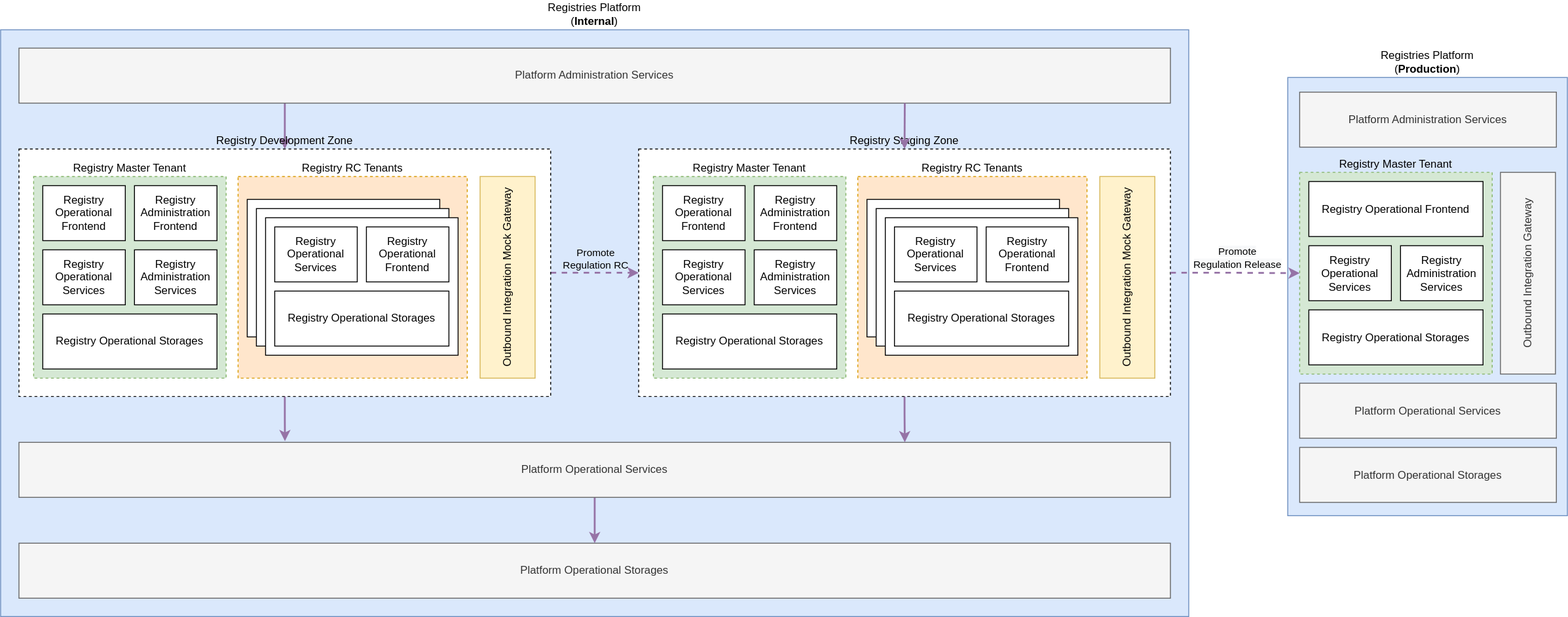
This is modules/tech/images/lowcode/admin-portal/general/separate-registry-platforms-deployment.svg from epam/edp-ddm-architecture, a draw.io export, as it was before one commit. Source tidied: cells renumbered, new cells last; positions are measured from the earlier drawing's top-left corner, leaving out a move shared by most shapes. Source of this version:
```xml
<mxGraphModel>
  <root>
    <mxCell id="0" />
    <mxCell id="1" parent="0" />
    <mxCell id="2" value="Registries Platform&lt;br&gt;(&lt;b&gt;Internal&lt;/b&gt;)" style="rounded=0;whiteSpace=wrap;html=1;verticalAlign=bottom;labelPosition=center;verticalLabelPosition=top;align=center;fillColor=#dae8fc;strokeColor=#6c8ebf;" parent="1" vertex="1">
      <mxGeometry width="1296" height="640" as="geometry" />
    </mxCell>
    <mxCell id="3" style="edgeStyle=orthogonalEdgeStyle;rounded=0;jettySize=auto;html=1;entryX=0.5;entryY=0;entryDx=0;entryDy=0;strokeWidth=2;fillColor=#e1d5e7;strokeColor=#9673a6;" parent="1" edge="1" source="4" target="7">
      <mxGeometry relative="1" as="geometry" />
    </mxCell>
    <mxCell id="4" value="Platform Operational Services" style="rounded=0;whiteSpace=wrap;html=1;fillColor=#f5f5f5;fontColor=#333333;strokeColor=#666666;" parent="1" vertex="1">
      <mxGeometry x="20" y="450" width="1256" height="60" as="geometry" />
    </mxCell>
    <mxCell id="5" style="edgeStyle=orthogonalEdgeStyle;rounded=0;jettySize=auto;html=1;entryX=0.5;entryY=0;entryDx=0;entryDy=0;strokeWidth=2;fillColor=#e1d5e7;strokeColor=#9673a6;exitX=0.239;exitY=0.125;exitDx=0;exitDy=0;exitPerimeter=0;" parent="1" edge="1" source="2" target="11">
      <mxGeometry relative="1" as="geometry">
        <Array as="points">
          <mxPoint x="309" y="80" />
          <mxPoint x="309" y="130" />
        </Array>
      </mxGeometry>
    </mxCell>
    <mxCell id="6" value="Platform Administration Services" style="rounded=0;whiteSpace=wrap;html=1;horizontal=1;fillColor=#f5f5f5;fontColor=#333333;strokeColor=#666666;verticalAlign=middle;" parent="1" vertex="1">
      <mxGeometry x="20" y="20" width="1256" height="60" as="geometry" />
    </mxCell>
    <mxCell id="7" value="Platform Operational Storages" style="rounded=0;whiteSpace=wrap;html=1;fillColor=#f5f5f5;fontColor=#333333;strokeColor=#666666;" parent="1" vertex="1">
      <mxGeometry x="20" y="560" width="1256" height="60" as="geometry" />
    </mxCell>
    <mxCell id="8" style="edgeStyle=orthogonalEdgeStyle;rounded=0;jettySize=auto;html=1;strokeWidth=2;fillColor=#e1d5e7;strokeColor=#9673a6;dashed=1;" parent="1" edge="1" source="11" target="29">
      <mxGeometry relative="1" as="geometry" />
    </mxCell>
    <mxCell id="9" value="Promote &lt;br&gt;Regulation RC" style="edgeLabel;html=1;align=center;verticalAlign=middle;labelBackgroundColor=none;" parent="8" vertex="1">
      <mxGeometry x="0.05" y="1" relative="1" as="geometry">
        <mxPoint x="-3" y="-15" as="offset" />
      </mxGeometry>
    </mxCell>
    <mxCell id="10" style="edgeStyle=orthogonalEdgeStyle;rounded=0;jettySize=auto;html=1;entryX=0.231;entryY=-0.022;entryDx=0;entryDy=0;strokeWidth=2;fillColor=#e1d5e7;strokeColor=#9673a6;entryPerimeter=0;" parent="1" edge="1" source="11" target="4">
      <mxGeometry relative="1" as="geometry" />
    </mxCell>
    <mxCell id="11" value="Registry Development Zone" style="rounded=0;whiteSpace=wrap;html=1;dashed=1;labelPosition=center;verticalLabelPosition=top;align=center;verticalAlign=bottom;" parent="1" vertex="1">
      <mxGeometry x="20" y="130" width="580" height="270" as="geometry" />
    </mxCell>
    <mxCell id="12" value="Registry RC Tenants" style="rounded=0;whiteSpace=wrap;html=1;dashed=1;labelPosition=center;verticalLabelPosition=top;align=center;verticalAlign=bottom;fillColor=#ffe6cc;strokeColor=#d79b00;" parent="1" vertex="1">
      <mxGeometry x="259" y="160" width="250" height="220" as="geometry" />
    </mxCell>
    <mxCell id="13" style="group;" parent="1" vertex="1">
      <mxGeometry x="269" y="185" width="230" height="170" as="geometry" />
    </mxCell>
    <mxCell id="14" style="rounded=0;whiteSpace=wrap;html=1;labelPosition=center;verticalLabelPosition=top;align=center;verticalAlign=bottom;" parent="13" vertex="1">
      <mxGeometry width="210" height="150" as="geometry" />
    </mxCell>
    <mxCell id="15" style="rounded=0;whiteSpace=wrap;html=1;labelPosition=center;verticalLabelPosition=top;align=center;verticalAlign=bottom;" parent="13" vertex="1">
      <mxGeometry x="10" y="10" width="210" height="150" as="geometry" />
    </mxCell>
    <mxCell id="16" style="rounded=0;whiteSpace=wrap;html=1;labelPosition=center;verticalLabelPosition=top;align=center;verticalAlign=bottom;" parent="13" vertex="1">
      <mxGeometry x="20" y="20" width="210" height="150" as="geometry" />
    </mxCell>
    <mxCell id="17" value="Registry Operational Services" style="rounded=0;whiteSpace=wrap;html=1;" parent="13" vertex="1">
      <mxGeometry x="30" y="30" width="90" height="60" as="geometry" />
    </mxCell>
    <mxCell id="18" value="Registry Operational Frontend" style="rounded=0;whiteSpace=wrap;html=1;" parent="13" vertex="1">
      <mxGeometry x="130" y="30" width="90" height="60" as="geometry" />
    </mxCell>
    <mxCell id="19" value="Registry Operational Storages" style="rounded=0;whiteSpace=wrap;html=1;" parent="13" vertex="1">
      <mxGeometry x="30" y="100" width="190" height="60" as="geometry" />
    </mxCell>
    <mxCell id="20" value="Outbound Integration Mock Gateway" style="rounded=0;whiteSpace=wrap;html=1;horizontal=0;fillColor=#fff2cc;strokeColor=#d6b656;" parent="1" vertex="1">
      <mxGeometry x="523" y="160" width="60" height="220" as="geometry" />
    </mxCell>
    <mxCell id="21" style="group;" parent="1" vertex="1">
      <mxGeometry x="36" y="160" width="210" height="220" as="geometry" />
    </mxCell>
    <mxCell id="22" value="Registry Master Tenant" style="rounded=0;whiteSpace=wrap;html=1;labelPosition=center;verticalLabelPosition=top;align=center;verticalAlign=bottom;dashed=1;fillColor=#d5e8d4;strokeColor=#82b366;" parent="21" vertex="1">
      <mxGeometry width="210" height="220" as="geometry" />
    </mxCell>
    <mxCell id="23" value="Registry Operational Services" style="rounded=0;whiteSpace=wrap;html=1;" parent="21" vertex="1">
      <mxGeometry x="10" y="80" width="90" height="60" as="geometry" />
    </mxCell>
    <mxCell id="24" value="Registry Administration Services" style="rounded=0;whiteSpace=wrap;html=1;" parent="21" vertex="1">
      <mxGeometry x="110" y="80" width="90" height="60" as="geometry" />
    </mxCell>
    <mxCell id="25" value="Registry Operational Frontend" style="rounded=0;whiteSpace=wrap;html=1;" parent="21" vertex="1">
      <mxGeometry x="10" y="10" width="90" height="60" as="geometry" />
    </mxCell>
    <mxCell id="26" value="Registry Operational Storages" style="rounded=0;whiteSpace=wrap;html=1;" parent="21" vertex="1">
      <mxGeometry x="10" y="150" width="190" height="60" as="geometry" />
    </mxCell>
    <mxCell id="27" value="Registry Administration Frontend" style="rounded=0;whiteSpace=wrap;html=1;" parent="21" vertex="1">
      <mxGeometry x="110" y="10" width="90" height="60" as="geometry" />
    </mxCell>
    <mxCell id="28" style="edgeStyle=orthogonalEdgeStyle;rounded=0;jettySize=auto;html=1;entryX=0.761;entryY=0.703;entryDx=0;entryDy=0;strokeWidth=2;fillColor=#e1d5e7;strokeColor=#9673a6;entryPerimeter=0;" parent="1" edge="1" source="29" target="2">
      <mxGeometry relative="1" as="geometry" />
    </mxCell>
    <mxCell id="29" value="Registry Staging Zone" style="rounded=0;whiteSpace=wrap;html=1;dashed=1;labelPosition=center;verticalLabelPosition=top;align=center;verticalAlign=bottom;" parent="1" vertex="1">
      <mxGeometry x="696" y="130" width="580" height="270" as="geometry" />
    </mxCell>
    <mxCell id="30" value="Registry RC Tenants" style="rounded=0;whiteSpace=wrap;html=1;dashed=1;labelPosition=center;verticalLabelPosition=top;align=center;verticalAlign=bottom;fillColor=#ffe6cc;strokeColor=#d79b00;" parent="1" vertex="1">
      <mxGeometry x="935" y="160" width="250" height="220" as="geometry" />
    </mxCell>
    <mxCell id="31" style="group;" parent="1" vertex="1">
      <mxGeometry x="945" y="185" width="230" height="170" as="geometry" />
    </mxCell>
    <mxCell id="32" style="rounded=0;whiteSpace=wrap;html=1;labelPosition=center;verticalLabelPosition=top;align=center;verticalAlign=bottom;" parent="31" vertex="1">
      <mxGeometry width="210" height="150" as="geometry" />
    </mxCell>
    <mxCell id="33" style="rounded=0;whiteSpace=wrap;html=1;labelPosition=center;verticalLabelPosition=top;align=center;verticalAlign=bottom;" parent="31" vertex="1">
      <mxGeometry x="10" y="10" width="210" height="150" as="geometry" />
    </mxCell>
    <mxCell id="34" style="rounded=0;whiteSpace=wrap;html=1;labelPosition=center;verticalLabelPosition=top;align=center;verticalAlign=bottom;" parent="31" vertex="1">
      <mxGeometry x="20" y="20" width="210" height="150" as="geometry" />
    </mxCell>
    <mxCell id="35" value="Registry Operational Services" style="rounded=0;whiteSpace=wrap;html=1;" parent="31" vertex="1">
      <mxGeometry x="30" y="30" width="90" height="60" as="geometry" />
    </mxCell>
    <mxCell id="36" value="Registry Operational Frontend" style="rounded=0;whiteSpace=wrap;html=1;" parent="31" vertex="1">
      <mxGeometry x="130" y="30" width="90" height="60" as="geometry" />
    </mxCell>
    <mxCell id="37" value="Registry Operational Storages" style="rounded=0;whiteSpace=wrap;html=1;" parent="31" vertex="1">
      <mxGeometry x="30" y="100" width="190" height="60" as="geometry" />
    </mxCell>
    <mxCell id="38" value="Outbound Integration Mock Gateway" style="rounded=0;whiteSpace=wrap;html=1;horizontal=0;fillColor=#fff2cc;strokeColor=#d6b656;" parent="1" vertex="1">
      <mxGeometry x="1199" y="160" width="60" height="220" as="geometry" />
    </mxCell>
    <mxCell id="39" style="group;" parent="1" vertex="1">
      <mxGeometry x="712" y="160" width="210" height="220" as="geometry" />
    </mxCell>
    <mxCell id="40" value="Registry Master Tenant" style="rounded=0;whiteSpace=wrap;html=1;labelPosition=center;verticalLabelPosition=top;align=center;verticalAlign=bottom;dashed=1;fillColor=#d5e8d4;strokeColor=#82b366;" parent="39" vertex="1">
      <mxGeometry width="210" height="220" as="geometry" />
    </mxCell>
    <mxCell id="41" value="Registry Operational Services" style="rounded=0;whiteSpace=wrap;html=1;" parent="39" vertex="1">
      <mxGeometry x="10" y="80" width="90" height="60" as="geometry" />
    </mxCell>
    <mxCell id="42" value="Registry Administration Services" style="rounded=0;whiteSpace=wrap;html=1;" parent="39" vertex="1">
      <mxGeometry x="110" y="80" width="90" height="60" as="geometry" />
    </mxCell>
    <mxCell id="43" value="Registry Operational Frontend" style="rounded=0;whiteSpace=wrap;html=1;" parent="39" vertex="1">
      <mxGeometry x="10" y="10" width="90" height="60" as="geometry" />
    </mxCell>
    <mxCell id="44" value="Registry Operational Storages" style="rounded=0;whiteSpace=wrap;html=1;" parent="39" vertex="1">
      <mxGeometry x="10" y="150" width="190" height="60" as="geometry" />
    </mxCell>
    <mxCell id="45" value="Registry Administration Frontend" style="rounded=0;whiteSpace=wrap;html=1;" parent="39" vertex="1">
      <mxGeometry x="110" y="10" width="90" height="60" as="geometry" />
    </mxCell>
    <mxCell id="46" style="edgeStyle=orthogonalEdgeStyle;rounded=0;jettySize=auto;html=1;entryX=0.5;entryY=0;entryDx=0;entryDy=0;strokeWidth=2;fillColor=#e1d5e7;strokeColor=#9673a6;exitX=0.761;exitY=0.125;exitDx=0;exitDy=0;exitPerimeter=0;" parent="1" edge="1" source="2" target="29">
      <mxGeometry relative="1" as="geometry">
        <Array as="points">
          <mxPoint x="986" y="80" />
          <mxPoint x="986" y="80" />
        </Array>
      </mxGeometry>
    </mxCell>
    <mxCell id="47" value="Registries Platform&lt;br&gt;(&lt;b&gt;Production&lt;/b&gt;)" style="rounded=0;whiteSpace=wrap;html=1;verticalAlign=bottom;labelPosition=center;verticalLabelPosition=top;align=center;fillColor=#dae8fc;strokeColor=#6c8ebf;" parent="1" vertex="1">
      <mxGeometry x="1404" y="52" width="305" height="478" as="geometry" />
    </mxCell>
    <mxCell id="48" value="Platform Operational Services" style="rounded=0;whiteSpace=wrap;html=1;fillColor=#f5f5f5;fontColor=#333333;strokeColor=#666666;" parent="1" vertex="1">
      <mxGeometry x="1417" y="385.5" width="280" height="60" as="geometry" />
    </mxCell>
    <mxCell id="49" value="Registry Master Tenant" style="rounded=0;whiteSpace=wrap;html=1;labelPosition=center;verticalLabelPosition=top;align=center;verticalAlign=bottom;dashed=1;fillColor=#d5e8d4;strokeColor=#82b366;" parent="1" vertex="1">
      <mxGeometry x="1417" y="155.5" width="210" height="220" as="geometry" />
    </mxCell>
    <mxCell id="50" value="Registry Operational Services" style="rounded=0;whiteSpace=wrap;html=1;" parent="1" vertex="1">
      <mxGeometry x="1427" y="235.5" width="90" height="60" as="geometry" />
    </mxCell>
    <mxCell id="51" value="Registry Administration Services" style="rounded=0;whiteSpace=wrap;html=1;" parent="1" vertex="1">
      <mxGeometry x="1527" y="235.5" width="90" height="60" as="geometry" />
    </mxCell>
    <mxCell id="52" value="Registry Operational Frontend" style="rounded=0;whiteSpace=wrap;html=1;" parent="1" vertex="1">
      <mxGeometry x="1427" y="165.5" width="190" height="60" as="geometry" />
    </mxCell>
    <mxCell id="53" value="Registry Operational Storages" style="rounded=0;whiteSpace=wrap;html=1;" parent="1" vertex="1">
      <mxGeometry x="1427" y="305.5" width="190" height="60" as="geometry" />
    </mxCell>
    <mxCell id="54" value="Platform Operational Storages" style="rounded=0;whiteSpace=wrap;html=1;fillColor=#f5f5f5;fontColor=#333333;strokeColor=#666666;" parent="1" vertex="1">
      <mxGeometry x="1417" y="455.5" width="280" height="60" as="geometry" />
    </mxCell>
    <mxCell id="55" value="Outbound Integration Gateway" style="rounded=0;whiteSpace=wrap;html=1;horizontal=0;fillColor=#f5f5f5;fontColor=#333333;strokeColor=#666666;" parent="1" vertex="1">
      <mxGeometry x="1636" y="155.5" width="60" height="220" as="geometry" />
    </mxCell>
    <mxCell id="56" value="Platform Administration Services" style="rounded=0;whiteSpace=wrap;html=1;horizontal=1;fillColor=#f5f5f5;fontColor=#333333;strokeColor=#666666;" parent="1" vertex="1">
      <mxGeometry x="1417" y="68" width="280" height="60" as="geometry" />
    </mxCell>
    <mxCell id="57" style="edgeStyle=orthogonalEdgeStyle;rounded=0;jettySize=auto;html=1;entryX=0;entryY=0.5;entryDx=0;entryDy=0;dashed=1;strokeWidth=2;fillColor=#e1d5e7;strokeColor=#9673a6;" parent="1" edge="1" source="29" target="49">
      <mxGeometry relative="1" as="geometry" />
    </mxCell>
    <mxCell id="58" value="&lt;span style=&quot;background-color: rgb(248, 249, 250);&quot;&gt;Promote&lt;/span&gt;&lt;br style=&quot;background-color: rgb(248, 249, 250);&quot;&gt;&lt;span style=&quot;background-color: rgb(248, 249, 250);&quot;&gt;Regulation Release&lt;/span&gt;" style="edgeLabel;html=1;align=center;verticalAlign=middle;" parent="57" vertex="1">
      <mxGeometry x="-0.05" y="1" relative="1" as="geometry">
        <mxPoint x="5" y="-16" as="offset" />
      </mxGeometry>
    </mxCell>
  </root>
</mxGraphModel>
```
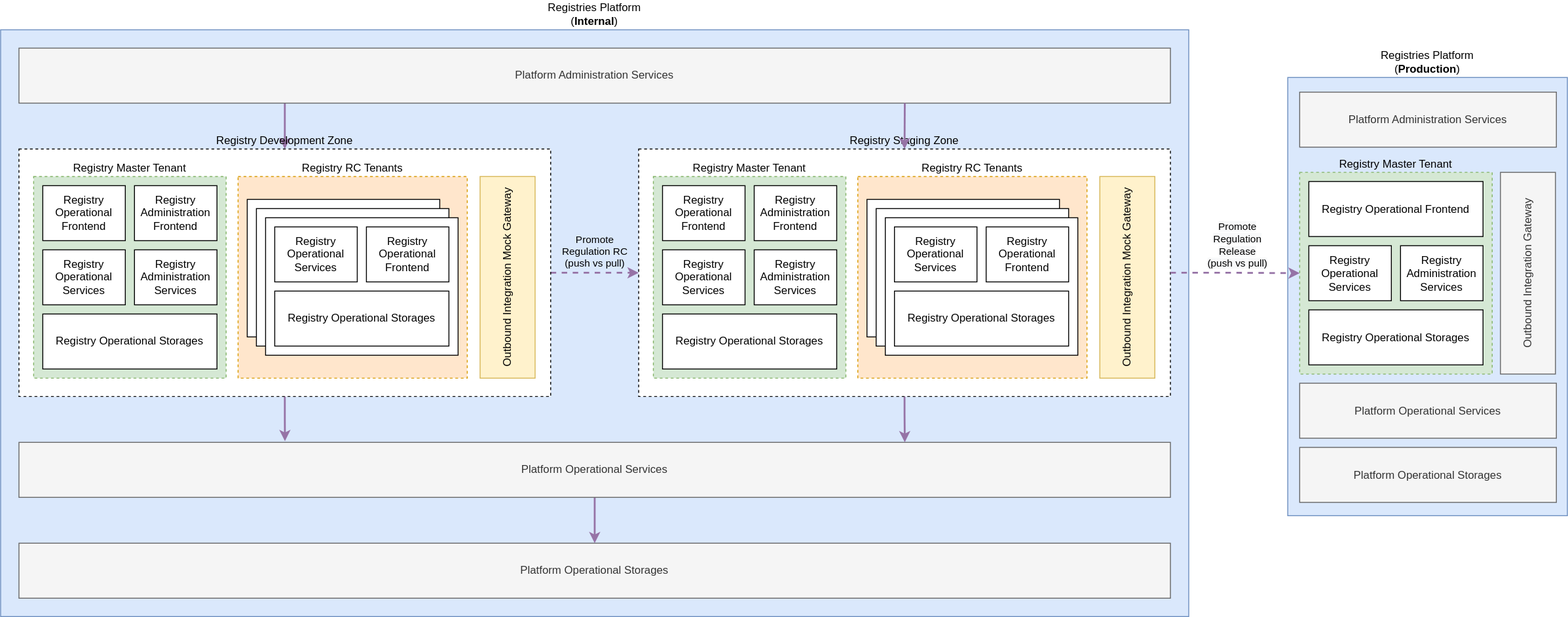
Later version of the same file.

Commit message:
[MDTUDDM-6519] Registry CI/CD visuals

What changed in the source:
```diff
@@ -28,9 +28,9 @@
     <mxCell id="8" style="edgeStyle=orthogonalEdgeStyle;rounded=0;jettySize=auto;html=1;strokeWidth=2;fillColor=#e1d5e7;strokeColor=#9673a6;dashed=1;" parent="1" edge="1" source="11" target="29">
       <mxGeometry relative="1" as="geometry" />
     </mxCell>
-    <mxCell id="9" value="Promote &lt;br&gt;Regulation RC" style="edgeLabel;html=1;align=center;verticalAlign=middle;labelBackgroundColor=none;" parent="8" vertex="1">
+    <mxCell id="9" value="Promote &lt;br&gt;Regulation RC&lt;br&gt;(push vs pull)" style="edgeLabel;html=1;align=center;verticalAlign=middle;labelBackgroundColor=none;" parent="8" vertex="1">
       <mxGeometry x="0.05" y="1" relative="1" as="geometry">
-        <mxPoint x="-3" y="-15" as="offset" />
+        <mxPoint x="-4" y="-23" as="offset" />
       </mxGeometry>
     </mxCell>
     <mxCell id="10" style="edgeStyle=orthogonalEdgeStyle;rounded=0;jettySize=auto;html=1;entryX=0.231;entryY=-0.022;entryDx=0;entryDy=0;strokeWidth=2;fillColor=#e1d5e7;strokeColor=#9673a6;entryPerimeter=0;" parent="1" edge="1" source="11" target="4">
@@ -182,9 +182,9 @@
     <mxCell id="57" style="edgeStyle=orthogonalEdgeStyle;rounded=0;jettySize=auto;html=1;entryX=0;entryY=0.5;entryDx=0;entryDy=0;dashed=1;strokeWidth=2;fillColor=#e1d5e7;strokeColor=#9673a6;" parent="1" edge="1" source="29" target="49">
       <mxGeometry relative="1" as="geometry" />
     </mxCell>
-    <mxCell id="58" value="&lt;span style=&quot;background-color: rgb(248, 249, 250);&quot;&gt;Promote&lt;/span&gt;&lt;br style=&quot;background-color: rgb(248, 249, 250);&quot;&gt;&lt;span style=&quot;background-color: rgb(248, 249, 250);&quot;&gt;Regulation Release&lt;/span&gt;" style="edgeLabel;html=1;align=center;verticalAlign=middle;" parent="57" vertex="1">
+    <mxCell id="58" value="&lt;span style=&quot;background-color: rgb(248, 249, 250);&quot;&gt;Promote&lt;/span&gt;&lt;br style=&quot;background-color: rgb(248, 249, 250);&quot;&gt;&lt;span style=&quot;background-color: rgb(248, 249, 250);&quot;&gt;Regulation &lt;br&gt;Release&lt;br&gt;&lt;/span&gt;&lt;span style=&quot;background-color: rgb(248, 249, 250);&quot;&gt;(push vs pull)&lt;/span&gt;&lt;span style=&quot;background-color: rgb(248, 249, 250);&quot;&gt;&lt;br&gt;&lt;/span&gt;" style="edgeLabel;html=1;align=center;verticalAlign=middle;" parent="57" vertex="1">
       <mxGeometry x="-0.05" y="1" relative="1" as="geometry">
-        <mxPoint x="5" y="-16" as="offset" />
+        <mxPoint x="5" y="-30" as="offset" />
       </mxGeometry>
     </mxCell>
   </root>
```
